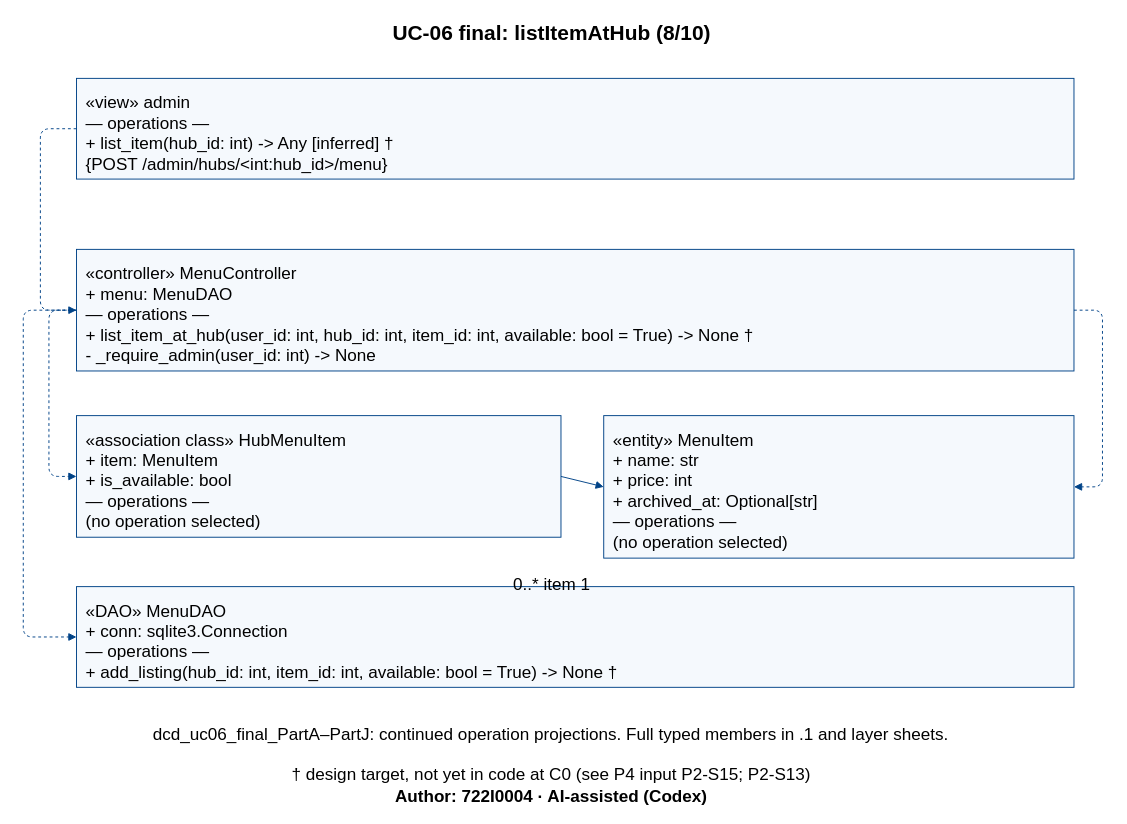
Dat071104/SaigonBite keeps this draw.io diagram as models/UC-06/dcd_uc06_final_PartH.drawio. Above is the earlier version. Source tidied: cells renumbered, new cells numbered last; positions are measured from the earlier drawing's top-left corner, leaving out a move shared by most shapes. Both pictures are drawn from the tidied source at 95%, with x=0, y=0 at pixel (23, 16).
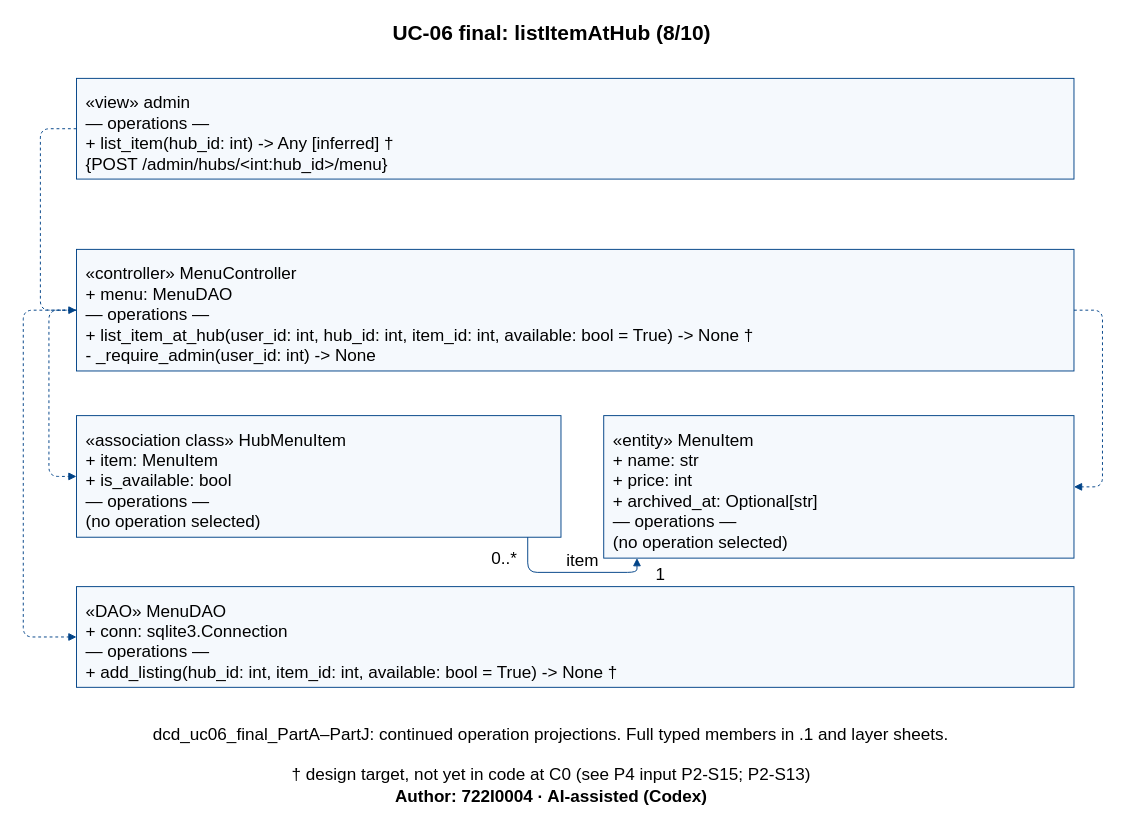
The same diagram, later.

Unchanged cells that the change refers to:
```xml
<mxCell id="8" style="html=0;whiteSpace=wrap;fontFamily=Arial;fillColor=#F5F9FD;strokeColor=#004387;" parent="1" vertex="1">
  <mxGeometry x="56" y="420" width="510" height="128" as="geometry" />
</mxCell>
<mxCell id="12" style="html=0;whiteSpace=wrap;fontFamily=Arial;fillColor=#F5F9FD;strokeColor=#004387;" parent="1" vertex="1">
  <mxGeometry x="611" y="420" width="495" height="150" as="geometry" />
</mxCell>
```

What changed in the source:
```diff
@@
-    <mxCell id="14" style="edgeStyle=none;endArrow=block;dashed=0;strokeColor=#004387;exitX=1.0;exitY=0.5;entryX=0.0;entryY=0.5;exitPerimeter=0;entryPerimeter=0;" parent="1" edge="1" source="8" target="12">
-      <mxGeometry relative="1" as="geometry" />
+    <mxCell id="14" style="edgeStyle=none;endArrow=block;dashed=0;strokeColor=#004387;exitX=0.9313725490196079;exitY=1.0;entryX=0.0707070707070707;entryY=1.0;exitPerimeter=0;entryPerimeter=0;" parent="1" edge="1" source="8" target="12">
+      <mxGeometry relative="1" as="geometry">
+        <Array as="points">
+          <mxPoint x="531" y="585" />
+          <mxPoint x="646" y="585" />
+        </Array>
+      </mxGeometry>
     </mxCell>
-    <mxCell id="15" value="0..*  item  1" style="html=0;whiteSpace=wrap;fontFamily=Arial;text;strokeColor=none;fillColor=none;fontSize=18;fontStyle=0;align=center;verticalAlign=top;spacing=0;" parent="1" vertex="1">
-      <mxGeometry x="505.5" y="583" width="101" height="26" as="geometry" />
-    </mxCell>
+    <mxCell id="22" value="0..*" style="html=0;whiteSpace=wrap;fontFamily=Arial;text;strokeColor=none;fillColor=none;fontSize=18;fontStyle=0;align=center;verticalAlign=top;spacing=0;" parent="1" vertex="1">
+      <mxGeometry x="487.5" y="556" width="37" height="26" as="geometry" />
+    </mxCell>
+    <mxCell id="23" value="1" style="html=0;whiteSpace=wrap;fontFamily=Arial;text;strokeColor=none;fillColor=none;fontSize=18;fontStyle=0;align=center;verticalAlign=top;spacing=0;" parent="1" vertex="1">
+      <mxGeometry x="661" y="572" width="20" height="26" as="geometry" />
+    </mxCell>
+    <mxCell id="24" value="item" style="html=0;whiteSpace=wrap;fontFamily=Arial;text;strokeColor=none;fillColor=none;fontSize=18;fontStyle=0;align=center;verticalAlign=top;spacing=0;" parent="1" vertex="1">
+      <mxGeometry x="566.5" y="558" width="44" height="26" as="geometry" />
+    </mxCell>
```
